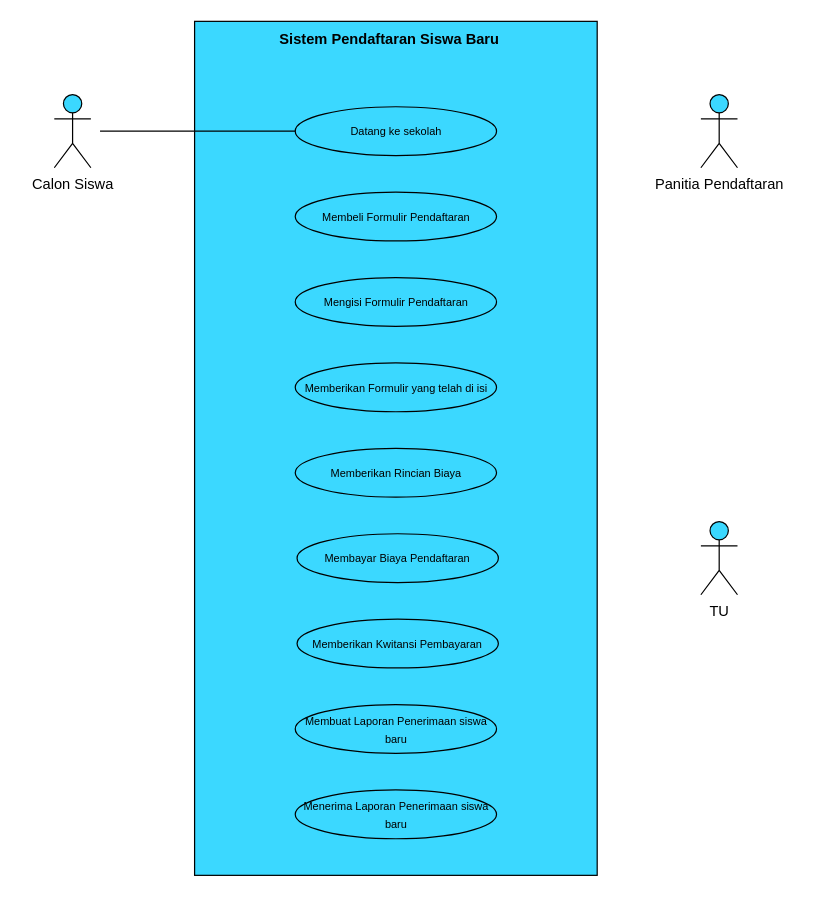
The draw.io diagram Untitled Diagram.drawio in danangsptro/register-vhs, before the edit. Source tidied: cells renumbered, new cells numbered last; positions are measured from the earlier drawing's top-left corner, leaving out a move shared by most shapes. Both pictures are drawn from the tidied source at 122%, with x=0, y=0 at pixel (54, 21).
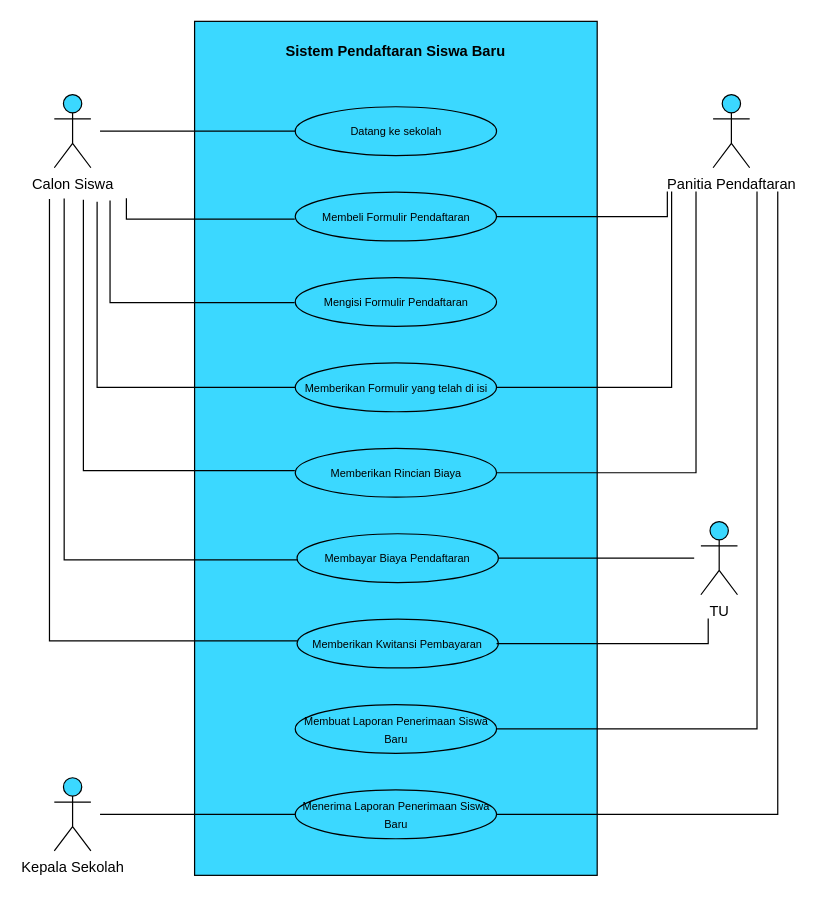
After the change.

Diff of the diagram source:
```diff
@@
     <mxCell id="4" value="&lt;b&gt;Sistem Pendaftaran Siswa Baru&lt;/b&gt;" style="text;html=1;strokeColor=none;fillColor=none;align=center;verticalAlign=middle;whiteSpace=wrap;rounded=0;" parent="1" vertex="1">
-      <mxGeometry x="140" width="270" height="30" as="geometry" />
+      <mxGeometry x="145" y="10" width="270" height="30" as="geometry" />
     </mxCell>
@@
     <mxCell id="10" value="Panitia Pendaftaran" style="shape=umlActor;verticalLabelPosition=bottom;verticalAlign=top;html=1;fillColor=#3BD8FF;" parent="1" vertex="1">
-      <mxGeometry x="530" y="60" width="30" height="60" as="geometry" />
+      <mxGeometry x="540" y="60" width="30" height="60" as="geometry" />
     </mxCell>
@@
-    <mxCell id="15" value="&lt;font style=&quot;font-size: 9px;&quot;&gt;Membuat Laporan Penerimaan siswa baru&lt;/font&gt;" style="ellipse;whiteSpace=wrap;html=1;align=center;newEdgeStyle={&quot;edgeStyle&quot;:&quot;entityRelationEdgeStyle&quot;,&quot;startArrow&quot;:&quot;none&quot;,&quot;endArrow&quot;:&quot;none&quot;,&quot;segment&quot;:10,&quot;curved&quot;:1};strokeColor=#000000;fillColor=#3BD8FF;" parent="1" vertex="1">
+    <mxCell id="15" value="&lt;font style=&quot;font-size: 9px;&quot;&gt;Membuat Laporan Penerimaan Siswa Baru&lt;/font&gt;" style="ellipse;whiteSpace=wrap;html=1;align=center;newEdgeStyle={&quot;edgeStyle&quot;:&quot;entityRelationEdgeStyle&quot;,&quot;startArrow&quot;:&quot;none&quot;,&quot;endArrow&quot;:&quot;none&quot;,&quot;segment&quot;:10,&quot;curved&quot;:1};strokeColor=#000000;fillColor=#3BD8FF;" parent="1" vertex="1">
       <mxGeometry x="197.5" y="560" width="165" height="40" as="geometry" />
     </mxCell>
-    <mxCell id="16" value="&lt;font style=&quot;font-size: 9px;&quot;&gt;Menerima Laporan Penerimaan siswa baru&lt;/font&gt;" style="ellipse;whiteSpace=wrap;html=1;align=center;newEdgeStyle={&quot;edgeStyle&quot;:&quot;entityRelationEdgeStyle&quot;,&quot;startArrow&quot;:&quot;none&quot;,&quot;endArrow&quot;:&quot;none&quot;,&quot;segment&quot;:10,&quot;curved&quot;:1};strokeColor=#000000;fillColor=#3BD8FF;" parent="1" vertex="1">
+    <mxCell id="16" value="&lt;font style=&quot;font-size: 9px;&quot;&gt;Menerima Laporan Penerimaan Siswa Baru&lt;/font&gt;" style="ellipse;whiteSpace=wrap;html=1;align=center;newEdgeStyle={&quot;edgeStyle&quot;:&quot;entityRelationEdgeStyle&quot;,&quot;startArrow&quot;:&quot;none&quot;,&quot;endArrow&quot;:&quot;none&quot;,&quot;segment&quot;:10,&quot;curved&quot;:1};strokeColor=#000000;fillColor=#3BD8FF;" parent="1" vertex="1">
       <mxGeometry x="197.5" y="630" width="165" height="40" as="geometry" />
     </mxCell>
+    <mxCell id="17" value="Kepala Sekolah" style="shape=umlActor;verticalLabelPosition=bottom;verticalAlign=top;html=1;fillColor=#3BD8FF;" parent="1" vertex="1">
+      <mxGeometry y="620" width="30" height="60" as="geometry" />
+    </mxCell>
+    <mxCell id="18" style="line;strokeWidth=1;html=1;perimeter=backbonePerimeter;fontSize=10;fillColor=#3BD8FF;" parent="1" vertex="1">
+      <mxGeometry x="37.5" y="645" width="160" height="10" as="geometry" />
+    </mxCell>
+    <mxCell id="19" style="shape=partialRectangle;whiteSpace=wrap;html=1;bottom=0;right=0;fillColor=none;fontSize=9;strokeColor=#000000;strokeWidth=1;rotation=-90;" parent="1" vertex="1">
+      <mxGeometry x="119.5" y="85" width="16.7" height="137.5" as="geometry" />
+    </mxCell>
+    <mxCell id="20" style="shape=partialRectangle;whiteSpace=wrap;html=1;bottom=0;right=0;fillColor=none;fontSize=9;strokeColor=#000000;strokeWidth=1;rotation=-180;" parent="1" vertex="1">
+      <mxGeometry x="362.5" y="140" width="140" height="20" as="geometry" />
+    </mxCell>
+    <mxCell id="21" style="shape=partialRectangle;whiteSpace=wrap;html=1;bottom=0;right=0;fillColor=none;fontSize=9;strokeColor=#000000;strokeWidth=1;rotation=-180;" parent="1" vertex="1">
+      <mxGeometry x="363" y="140" width="143" height="160" as="geometry" />
+    </mxCell>
+    <mxCell id="22" style="shape=partialRectangle;whiteSpace=wrap;html=1;bottom=0;right=0;fillColor=none;fontSize=9;strokeColor=#000000;strokeWidth=1;rotation=-90;" parent="1" vertex="1">
+      <mxGeometry x="79.5" y="113.5" width="83.2" height="150.8" as="geometry" />
+    </mxCell>
+    <mxCell id="23" style="shape=partialRectangle;whiteSpace=wrap;html=1;bottom=0;right=0;fillColor=none;fontSize=9;strokeColor=#000000;strokeWidth=1;rotation=-90;" parent="1" vertex="1">
+      <mxGeometry x="40.2" y="143.3" width="151.6" height="161.8" as="geometry" />
+    </mxCell>
+    <mxCell id="24" style="shape=partialRectangle;whiteSpace=wrap;html=1;bottom=0;right=0;fillColor=none;fontSize=9;strokeColor=#000000;strokeWidth=1;rotation=-180;" parent="1" vertex="1">
+      <mxGeometry x="363" y="140" width="163" height="230" as="geometry" />
+    </mxCell>
+    <mxCell id="25" style="shape=partialRectangle;whiteSpace=wrap;html=1;bottom=0;right=0;fillColor=none;fontSize=9;strokeColor=#000000;strokeWidth=1;rotation=-90;" parent="1" vertex="1">
+      <mxGeometry x="-0.5" y="171.1" width="221.5" height="172.8" as="geometry" />
+    </mxCell>
+    <mxCell id="26" style="shape=partialRectangle;whiteSpace=wrap;html=1;bottom=0;right=0;fillColor=none;fontSize=9;strokeColor=#000000;strokeWidth=1;rotation=-90;" parent="1" vertex="1">
+      <mxGeometry x="-44.4" y="198.3" width="295.6" height="190.6" as="geometry" />
+    </mxCell>
+    <mxCell id="27" style="line;strokeWidth=1;html=1;perimeter=backbonePerimeter;fontSize=10;fillColor=#3BD8FF;" parent="1" vertex="1">
+      <mxGeometry x="364.5" y="435" width="160" height="10" as="geometry" />
+    </mxCell>
+    <mxCell id="28" style="shape=partialRectangle;whiteSpace=wrap;html=1;bottom=0;right=0;fillColor=none;fontSize=9;strokeColor=#000000;strokeWidth=1;rotation=-180;" parent="1" vertex="1">
+      <mxGeometry x="363" y="490" width="173" height="20" as="geometry" />
+    </mxCell>
+    <mxCell id="29" style="shape=partialRectangle;whiteSpace=wrap;html=1;bottom=0;right=0;fillColor=none;fontSize=9;strokeColor=#000000;strokeWidth=1;rotation=-180;" parent="1" vertex="1">
+      <mxGeometry x="363" y="140" width="213" height="440" as="geometry" />
+    </mxCell>
+    <mxCell id="30" style="shape=partialRectangle;whiteSpace=wrap;html=1;bottom=0;right=0;fillColor=none;fontSize=9;strokeColor=#000000;strokeWidth=1;rotation=-90;" parent="1" vertex="1">
+      <mxGeometry x="-83.5" y="225.6" width="361.8" height="202.7" as="geometry" />
+    </mxCell>
+    <mxCell id="31" style="shape=partialRectangle;whiteSpace=wrap;html=1;bottom=0;right=0;fillColor=none;fontSize=9;strokeColor=#000000;strokeWidth=1;rotation=-180;" parent="1" vertex="1">
+      <mxGeometry x="363" y="140" width="230" height="510" as="geometry" />
+    </mxCell>
```
